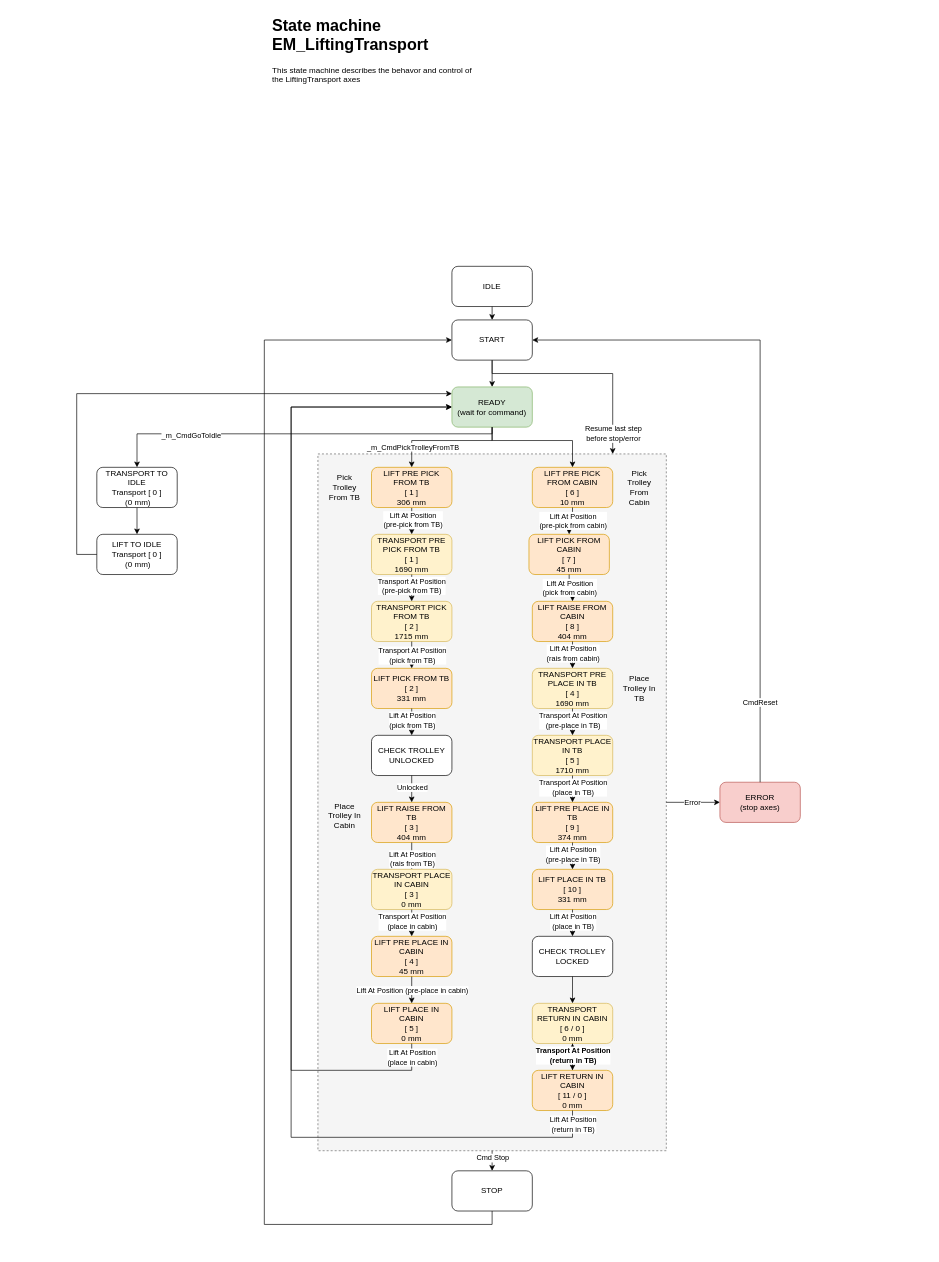
The draw.io diagram page "EM_LiftingTransport" (8 of 10) of Documentation/StateMachine and Sequence Diagrams.drawio in KMWE/KMWE_CleanroomConnect, before the edit. Source tidied: cells renumbered, new cells numbered last; positions are measured from the earlier drawing's top-left corner, leaving out a move shared by most shapes. Both pictures are drawn from the tidied source at 67%, with x=0, y=0 at pixel (76, 11).
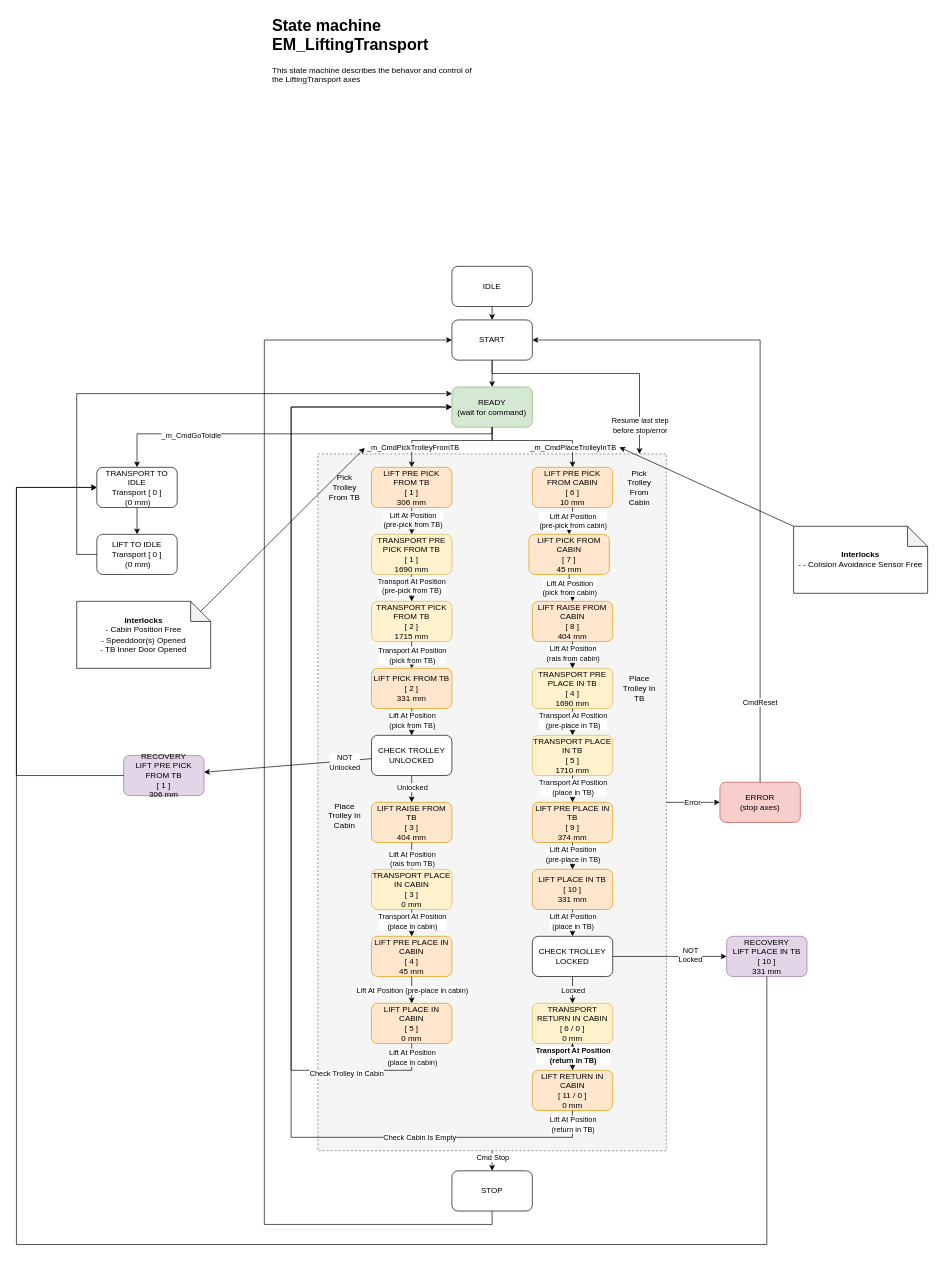
Above is the later version.

The change refers to these unchanged cells:
```xml
<mxCell id="2" style="rounded=0;whiteSpace=wrap;html=1;dashed=1;fillColor=#f5f5f5;fontColor=#333333;strokeColor=#666666;" parent="1" vertex="1">
  <mxGeometry x="360" y="660" width="520" height="1040" as="geometry" />
</mxCell>
<mxCell id="11" value="START" style="rounded=1;whiteSpace=wrap;html=1;" parent="1" vertex="1">
  <mxGeometry x="560" y="460" width="120" height="60" as="geometry" />
</mxCell>
<mxCell id="14" value="TRANSPORT TO IDLE&lt;div&gt;&lt;span style=&quot;background-color: initial;&quot;&gt;Transport [ 0 ]&lt;/span&gt;&lt;br&gt;&lt;/div&gt;&lt;div&gt;&amp;nbsp;(0 mm)&lt;span style=&quot;background-color: initial;&quot;&gt;&lt;/span&gt;&lt;/div&gt;" style="rounded=1;whiteSpace=wrap;html=1;" parent="1" vertex="1">
  <mxGeometry x="30" y="680" width="120" height="60" as="geometry" />
</mxCell>
<mxCell id="50" style="edgeStyle=orthogonalEdgeStyle;rounded=0;jettySize=auto;html=1;entryX=0;entryY=0.5;entryDx=0;entryDy=0;" parent="1" edge="1" source="24" target="33">
  <mxGeometry relative="1" as="geometry">
    <Array as="points">
      <mxPoint x="500" y="1580" />
      <mxPoint x="320" y="1580" />
      <mxPoint x="320" y="590" />
    </Array>
  </mxGeometry>
</mxCell>
<mxCell id="72" style="edgeStyle=orthogonalEdgeStyle;rounded=0;jettySize=auto;html=1;" parent="1" edge="1" source="69" target="33">
  <mxGeometry relative="1" as="geometry">
    <Array as="points">
      <mxPoint x="740" y="1680" />
      <mxPoint x="320" y="1680" />
      <mxPoint x="320" y="590" />
    </Array>
  </mxGeometry>
</mxCell>
<mxCell id="76" style="endArrow=classic;html=1;rounded=0;edgeStyle=orthogonalEdgeStyle;" parent="1" edge="1" source="33" target="25">
  <mxGeometry relative="1" as="geometry">
    <Array as="points">
      <mxPoint x="620" y="640" />
      <mxPoint x="740" y="640" />
    </Array>
  </mxGeometry>
</mxCell>
<mxCell id="84" value="CHECK TROLLEY UNLOCKED" style="rounded=1;whiteSpace=wrap;html=1;" parent="1" vertex="1">
  <mxGeometry x="440" y="1080" width="120" height="60" as="geometry" />
</mxCell>
<mxCell id="87" value="CHECK TROLLEY LOCKED" style="rounded=1;whiteSpace=wrap;html=1;" parent="1" vertex="1">
  <mxGeometry x="680" y="1380" width="120" height="60" as="geometry" />
</mxCell>
<mxCell id="88" style="edgeStyle=orthogonalEdgeStyle;rounded=0;jettySize=auto;html=1;entryX=0.5;entryY=0;entryDx=0;entryDy=0;exitX=0.5;exitY=1;exitDx=0;exitDy=0;" parent="1" edge="1" source="87" target="67">
  <mxGeometry relative="1" as="geometry" />
</mxCell>
```

What changed in the source:
```diff
@@
+    <mxCell id="91" value="Check Trolley In Cabin" style="edgeLabel;html=1;align=center;verticalAlign=middle;" parent="50" vertex="1">
+      <mxGeometry x="-0.81" y="4" relative="1" as="geometry" />
+    </mxCell>
@@
+    <mxCell id="92" value="Check Cabin Is Empty" style="edgeLabel;html=1;align=center;verticalAlign=middle;" parent="72" vertex="1">
+      <mxGeometry x="-0.7" y="-1" relative="1" as="geometry" />
+    </mxCell>
@@
+    <mxCell id="93" value="_m_CmdPlaceTrolleyInTB" style="edgeLabel;html=1;align=center;verticalAlign=middle;" parent="76" vertex="1">
+      <mxGeometry x="-0.22" y="-1" relative="1" as="geometry">
+        <mxPoint x="70" y="9" as="offset" />
+      </mxGeometry>
+    </mxCell>
@@
     <mxCell id="80" style="edgeStyle=orthogonalEdgeStyle;rounded=0;jettySize=auto;html=1;" parent="1" edge="1" source="11" target="2">
       <mxGeometry relative="1" as="geometry">
         <Array as="points">
           <mxPoint x="620" y="540" />
-          <mxPoint x="800" y="540" />
+          <mxPoint x="840" y="540" />
         </Array>
       </mxGeometry>
     </mxCell>
@@
+    <mxCell id="94" value="Locked" style="edgeLabel;html=1;align=center;verticalAlign=middle;" parent="88" vertex="1">
+      <mxGeometry x="-0.55" relative="1" as="geometry">
+        <mxPoint y="11" as="offset" />
+      </mxGeometry>
+    </mxCell>
@@
+    <mxCell id="95" value="&lt;b&gt;Interlocks&lt;/b&gt;&lt;div&gt;&lt;span style=&quot;background-color: transparent; color: light-dark(rgb(0, 0, 0), rgb(255, 255, 255));&quot;&gt;- Cabin Position Free&lt;/span&gt;&lt;/div&gt;&lt;div&gt;- Speeddoor(s) Opened&lt;/div&gt;&lt;div&gt;- TB Inner Door Opened&lt;/div&gt;" style="shape=note;whiteSpace=wrap;html=1;backgroundOutline=1;darkOpacity=0.05;verticalAlign=middle;" parent="1" vertex="1">
+      <mxGeometry y="880" width="200" height="100" as="geometry" />
+    </mxCell>
+    <mxCell id="96" style="endArrow=classic;html=1;rounded=0;exitX=0;exitY=0;exitDx=185;exitDy=15;exitPerimeter=0;" parent="1" edge="1" source="95">
+      <mxGeometry relative="1" as="geometry">
+        <mxPoint x="430" y="651" as="targetPoint" />
+      </mxGeometry>
+    </mxCell>
+    <mxCell id="97" value="&lt;b&gt;Interlocks&lt;/b&gt;&lt;div&gt;-&amp;nbsp;&lt;span style=&quot;background-color: transparent; color: light-dark(rgb(0, 0, 0), rgb(255, 255, 255));&quot;&gt;- Colision Avoidance Sensor Free&lt;/span&gt;&lt;/div&gt;" style="shape=note;whiteSpace=wrap;html=1;backgroundOutline=1;darkOpacity=0.05;verticalAlign=middle;" parent="1" vertex="1">
+      <mxGeometry x="1070" y="768" width="200" height="100" as="geometry" />
+    </mxCell>
+    <mxCell id="98" style="endArrow=classic;html=1;rounded=0;exitX=0;exitY=0;exitDx=0;exitDy=0;exitPerimeter=0;" parent="1" edge="1" source="97">
+      <mxGeometry relative="1" as="geometry">
+        <mxPoint x="810" y="650" as="targetPoint" />
+      </mxGeometry>
+    </mxCell>
+    <mxCell id="99" value="RECOVERY&lt;div&gt;LIFT PRE PICK FROM TB&lt;div&gt;[ 1 ]&lt;/div&gt;&lt;div&gt;306 mm&lt;/div&gt;&lt;/div&gt;" style="rounded=1;whiteSpace=wrap;html=1;fillColor=#e1d5e7;strokeColor=#9673a6;" parent="1" vertex="1">
+      <mxGeometry x="70" y="1110" width="120" height="60" as="geometry" />
+    </mxCell>
+    <mxCell id="100" style="endArrow=classic;html=1;rounded=0;" parent="1" edge="1" source="84" target="99">
+      <mxGeometry relative="1" as="geometry" />
+    </mxCell>
+    <mxCell id="101" value="NOT&lt;div&gt;Unlocked&lt;/div&gt;" style="edgeLabel;html=1;align=center;verticalAlign=middle;" parent="100" vertex="1">
+      <mxGeometry x="0.74" y="1" relative="1" as="geometry">
+        <mxPoint x="177" y="-13" as="offset" />
+      </mxGeometry>
+    </mxCell>
+    <mxCell id="102" style="endArrow=classic;html=1;rounded=0;edgeStyle=orthogonalEdgeStyle;" parent="1" edge="1" source="99" target="14">
+      <mxGeometry relative="1" as="geometry">
+        <Array as="points">
+          <mxPoint x="-90" y="1140" />
+          <mxPoint x="-90" y="710" />
+        </Array>
+      </mxGeometry>
+    </mxCell>
+    <mxCell id="103" value="&lt;div&gt;RECOVERY&lt;/div&gt;LIFT PLACE IN TB&lt;div&gt;[ 10 ]&lt;/div&gt;&lt;div&gt;331 mm&lt;/div&gt;" style="rounded=1;whiteSpace=wrap;html=1;fillColor=#e1d5e7;strokeColor=#9673a6;" parent="1" vertex="1">
+      <mxGeometry x="970" y="1380" width="120" height="60" as="geometry" />
+    </mxCell>
+    <mxCell id="104" style="endArrow=classic;html=1;rounded=0;" parent="1" edge="1" source="87" target="103">
+      <mxGeometry relative="1" as="geometry" />
+    </mxCell>
+    <mxCell id="105" value="NOT&lt;div&gt;Locked&lt;/div&gt;" style="edgeLabel;html=1;align=center;verticalAlign=middle;" parent="104" vertex="1">
+      <mxGeometry x="0.35" y="3" relative="1" as="geometry" />
+    </mxCell>
+    <mxCell id="106" style="endArrow=classic;html=1;rounded=0;edgeStyle=orthogonalEdgeStyle;" parent="1" edge="1" source="103" target="14">
+      <mxGeometry relative="1" as="geometry">
+        <Array as="points">
+          <mxPoint x="1030" y="1840" />
+          <mxPoint x="-90" y="1840" />
+          <mxPoint x="-90" y="710" />
+        </Array>
+      </mxGeometry>
+    </mxCell>
```
